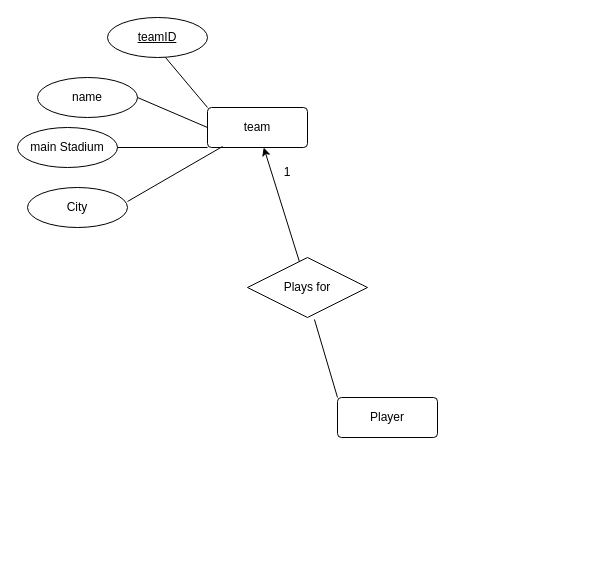
Earlier version of the draw.io diagram Untitled Diagram.drawio (alec202/CIS353ERDiagramAssignment). Source tidied: cells renumbered, new cells numbered last; positions are measured from the earlier drawing's top-left corner, leaving out a move shared by most shapes. Both pictures are drawn from the tidied source at 100%, with x=0, y=0 at pixel (17, 17).
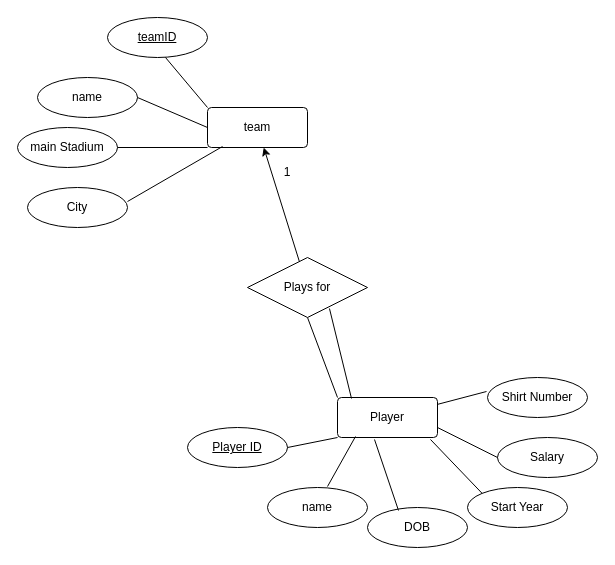
The same diagram, later.

Unchanged cells that the change refers to:
```xml
<mxCell id="11" value="Player" style="rounded=1;arcSize=10;whiteSpace=wrap;html=1;align=center;" parent="1" vertex="1">
  <mxGeometry x="320" y="380" width="100" height="40" as="geometry" />
</mxCell>
<mxCell id="13" value="Plays for" style="shape=rhombus;perimeter=rhombusPerimeter;whiteSpace=wrap;html=1;align=center;" parent="1" vertex="1">
  <mxGeometry x="230" y="240" width="120" height="60" as="geometry" />
</mxCell>
```

What changed in the source:
```diff
@@
-    <mxCell id="12" style="endArrow=none;html=1;rounded=0;entryX=0;entryY=0;entryDx=0;entryDy=0;exitX=0.558;exitY=1.033;exitDx=0;exitDy=0;exitPerimeter=0;" parent="1" edge="1" source="13" target="11">
+    <mxCell id="12" style="endArrow=none;html=1;rounded=0;entryX=0;entryY=0;entryDx=0;entryDy=0;exitX=0.5;exitY=1;exitDx=0;exitDy=0;" parent="1" edge="1" source="13" target="11">
       <mxGeometry relative="1" as="geometry" />
     </mxCell>
@@
+    <mxCell id="16" style="endArrow=none;html=1;rounded=0;entryX=0.683;entryY=0.85;entryDx=0;entryDy=0;entryPerimeter=0;exitX=0.14;exitY=0.025;exitDx=0;exitDy=0;exitPerimeter=0;" parent="1" edge="1" source="11" target="13">
+      <mxGeometry relative="1" as="geometry" />
+    </mxCell>
+    <mxCell id="17" value="Player ID" style="ellipse;whiteSpace=wrap;html=1;align=center;fontStyle=4;" parent="1" vertex="1">
+      <mxGeometry x="170" y="410" width="100" height="40" as="geometry" />
+    </mxCell>
+    <mxCell id="18" style="endArrow=none;html=1;rounded=0;entryX=0;entryY=1;entryDx=0;entryDy=0;exitX=1;exitY=0.5;exitDx=0;exitDy=0;" parent="1" edge="1" source="17" target="11">
+      <mxGeometry relative="1" as="geometry" />
+    </mxCell>
+    <mxCell id="19" value="name" style="ellipse;whiteSpace=wrap;html=1;align=center;" parent="1" vertex="1">
+      <mxGeometry x="250" y="470" width="100" height="40" as="geometry" />
+    </mxCell>
+    <mxCell id="20" style="endArrow=none;html=1;rounded=0;entryX=0.18;entryY=0.975;entryDx=0;entryDy=0;entryPerimeter=0;exitX=0.6;exitY=-0.025;exitDx=0;exitDy=0;exitPerimeter=0;" parent="1" edge="1" source="19" target="11">
+      <mxGeometry relative="1" as="geometry" />
+    </mxCell>
+    <mxCell id="21" value="DOB" style="ellipse;whiteSpace=wrap;html=1;align=center;" parent="1" vertex="1">
+      <mxGeometry x="350" y="490" width="100" height="40" as="geometry" />
+    </mxCell>
+    <mxCell id="22" style="endArrow=none;html=1;rounded=0;entryX=0.37;entryY=1.05;entryDx=0;entryDy=0;entryPerimeter=0;exitX=0.31;exitY=0.075;exitDx=0;exitDy=0;exitPerimeter=0;" parent="1" edge="1" source="21" target="11">
+      <mxGeometry relative="1" as="geometry" />
+    </mxCell>
+    <mxCell id="23" value="Start Year" style="ellipse;whiteSpace=wrap;html=1;align=center;" parent="1" vertex="1">
+      <mxGeometry x="450" y="470" width="100" height="40" as="geometry" />
+    </mxCell>
+    <mxCell id="24" style="endArrow=none;html=1;rounded=0;entryX=0;entryY=0;entryDx=0;entryDy=0;exitX=0.93;exitY=1.05;exitDx=0;exitDy=0;exitPerimeter=0;" parent="1" edge="1" source="11" target="23">
+      <mxGeometry relative="1" as="geometry" />
+    </mxCell>
+    <mxCell id="25" value="Salary" style="ellipse;whiteSpace=wrap;html=1;align=center;" parent="1" vertex="1">
+      <mxGeometry x="480" y="420" width="100" height="40" as="geometry" />
+    </mxCell>
+    <mxCell id="26" style="endArrow=none;html=1;rounded=0;entryX=0;entryY=0.5;entryDx=0;entryDy=0;exitX=1;exitY=0.75;exitDx=0;exitDy=0;" parent="1" edge="1" source="11" target="25">
+      <mxGeometry relative="1" as="geometry" />
+    </mxCell>
+    <mxCell id="27" value="Shirt Number" style="ellipse;whiteSpace=wrap;html=1;align=center;" parent="1" vertex="1">
+      <mxGeometry x="470" y="360" width="100" height="40" as="geometry" />
+    </mxCell>
+    <mxCell id="28" style="endArrow=none;html=1;rounded=0;entryX=-0.01;entryY=0.35;entryDx=0;entryDy=0;entryPerimeter=0;" parent="1" edge="1" source="11" target="27">
+      <mxGeometry relative="1" as="geometry" />
+    </mxCell>
```
